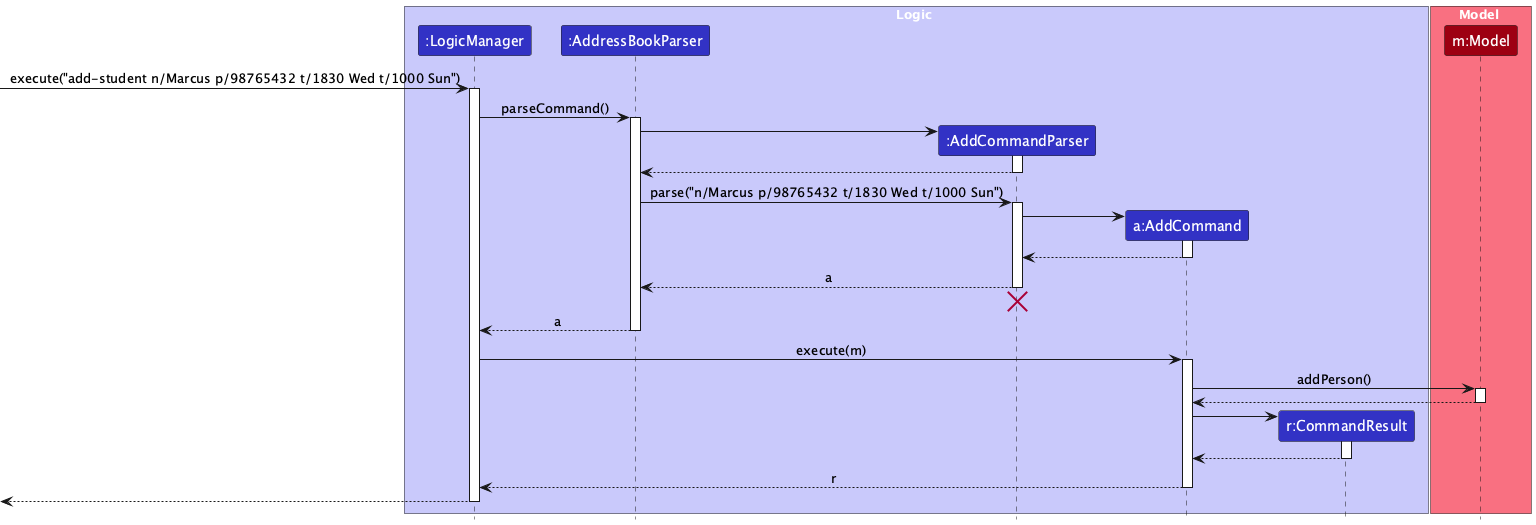
The PlantUML diagram diagrams/AddSequenceDiagram.png in AY2526S1-CS2103T-F12-2/tp, before a commit. Its source is kept beside it as diagrams/AddSequenceDiagram.puml. The source it was exported from:
```plantuml
@startuml
!include style.puml
skinparam ArrowFontStyle plain

box Logic LOGIC_COLOR_T1
participant ":LogicManager" as LogicManager LOGIC_COLOR
participant ":AddressBookParser" as AddressBookParser LOGIC_COLOR
participant ":AddCommandParser" as AddCommandParser LOGIC_COLOR
participant "a:AddCommand" as AddCommand LOGIC_COLOR
participant "r:CommandResult" as CommandResult LOGIC_COLOR
end box

box Model MODEL_COLOR_T1
participant "m:Model" as Model MODEL_COLOR
end box

[-> LogicManager : execute("add-student n/Marcus p/98765432 t/1830 Wed t/1000 Sun")
activate LogicManager

LogicManager -> AddressBookParser : parseCommand()
activate AddressBookParser

create AddCommandParser
AddressBookParser -> AddCommandParser
activate AddCommandParser

AddCommandParser --> AddressBookParser
deactivate AddCommandParser

AddressBookParser -> AddCommandParser : parse("n/Marcus p/98765432 t/1830 Wed t/1000 Sun")
activate AddCommandParser

create AddCommand
AddCommandParser -> AddCommand
activate AddCommand

AddCommand --> AddCommandParser :
deactivate AddCommand

AddCommandParser --> AddressBookParser : a
deactivate AddCommandParser
AddCommandParser -[hidden]-> AddressBookParser
destroy AddCommandParser

AddressBookParser --> LogicManager : a
deactivate AddressBookParser

LogicManager -> AddCommand : execute(m)
activate AddCommand

AddCommand -> Model : addPerson()
activate Model

Model --> AddCommand
deactivate Model

create CommandResult
AddCommand -> CommandResult
activate CommandResult

CommandResult --> AddCommand
deactivate CommandResult

AddCommand --> LogicManager : r
deactivate AddCommand

[<--LogicManager
deactivate LogicManager
@enduml
```
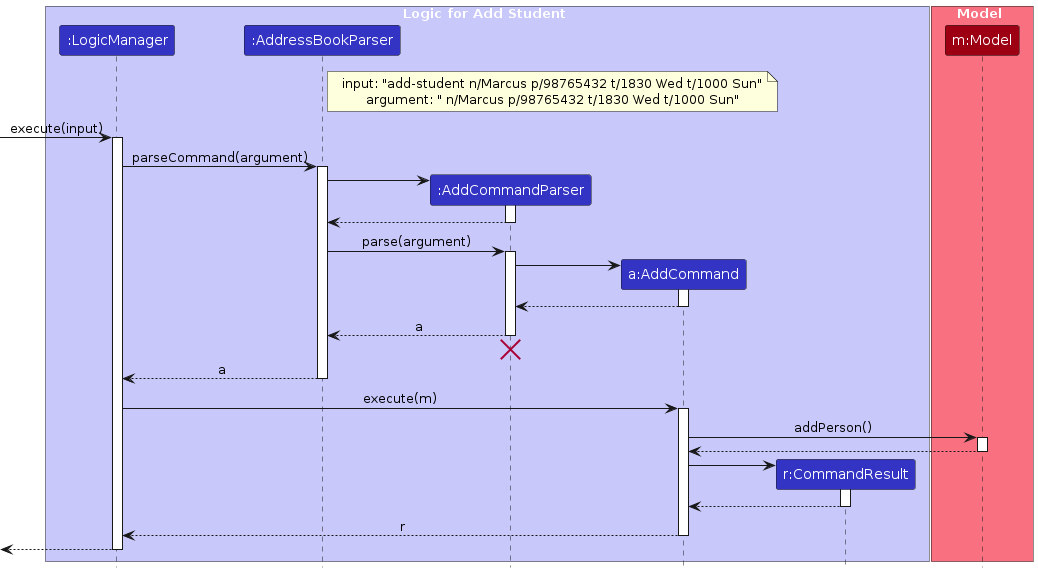
After the change.

The edit, as a diff of the source:
```diff
@@ -2,7 +2,7 @@
 !include style.puml
 skinparam ArrowFontStyle plain
 
-box Logic LOGIC_COLOR_T1
+box Logic for Add Student LOGIC_COLOR_T1
 participant ":LogicManager" as LogicManager LOGIC_COLOR
 participant ":AddressBookParser" as AddressBookParser LOGIC_COLOR
 participant ":AddCommandParser" as AddCommandParser LOGIC_COLOR
@@ -14,10 +14,15 @@
 participant "m:Model" as Model MODEL_COLOR
 end box
 
-[-> LogicManager : execute("add-student n/Marcus p/98765432 t/1830 Wed t/1000 Sun")
+note right of AddressBookParser
+    input: "add-student n/Marcus p/98765432 t/1830 Wed t/1000 Sun"
+    argument: " n/Marcus p/98765432 t/1830 Wed t/1000 Sun"
+end note
+
+[-> LogicManager : execute(input)
 activate LogicManager
 
-LogicManager -> AddressBookParser : parseCommand()
+LogicManager -> AddressBookParser : parseCommand(argument)
 activate AddressBookParser
 
 create AddCommandParser
@@ -27,7 +32,7 @@
 AddCommandParser --> AddressBookParser
 deactivate AddCommandParser
 
-AddressBookParser -> AddCommandParser : parse("n/Marcus p/98765432 t/1830 Wed t/1000 Sun")
+AddressBookParser -> AddCommandParser : parse(argument)
 activate AddCommandParser
 
 create AddCommand
```
